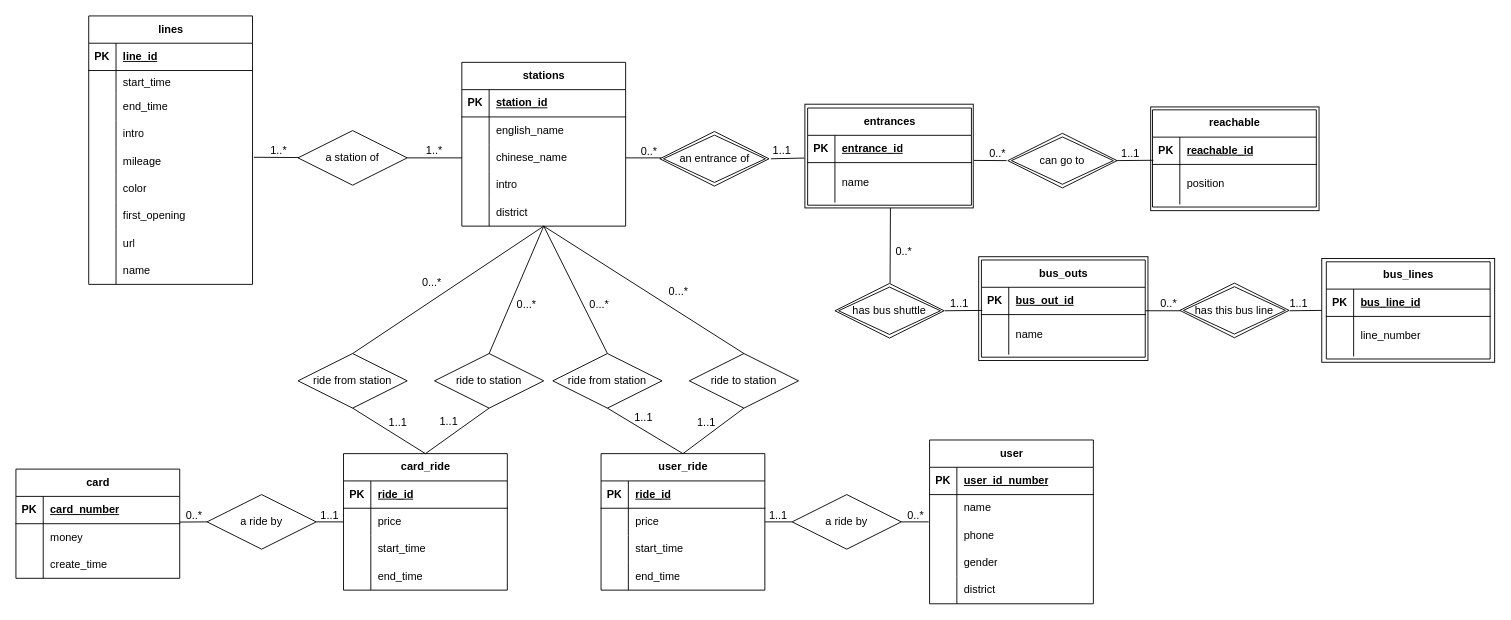
Dilemma-CMZ/CS307-Project1 keeps this draw.io diagram as ER-Proj1.drawio. Above is the earlier version. Source tidied: cells renumbered, new cells numbered last; positions are measured from the earlier drawing's top-left corner, leaving out a move shared by most shapes. Both pictures are drawn from the tidied source at 91%, with x=0, y=0 at pixel (15, 15).
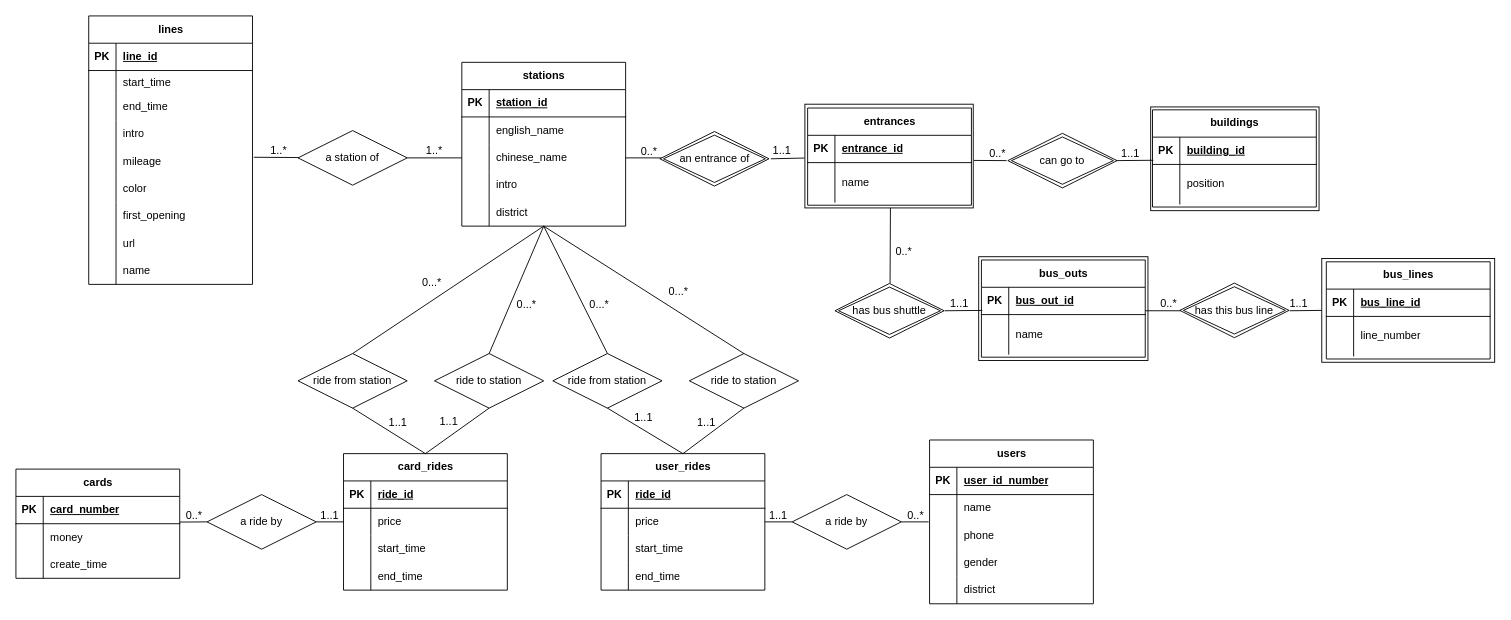
After the change.

Unchanged cells that the change refers to:
```xml
<mxCell id="67" style="shape=tableRow;horizontal=0;startSize=0;swimlaneHead=0;swimlaneBody=0;fillColor=none;top=0;left=0;right=0;bottom=1;" parent="66" vertex="1">
  <mxGeometry y="30" width="180" height="30" as="geometry" />
</mxCell>
```

Change to the diagram source:
```diff
@@
-    <mxCell id="66" value="reachable" style="shape=table;startSize=30;childLayout=tableLayout;rowLines=0;fontStyle=1;align=center;html=1;" parent="1" vertex="1">
+    <mxCell id="66" value="buildings" style="shape=table;startSize=30;childLayout=tableLayout;rowLines=0;fontStyle=1;align=center;html=1;" parent="1" vertex="1">
       <mxGeometry x="1249" y="103.2" width="180" height="106.8" as="geometry" />
     </mxCell>
@@
-    <mxCell id="69" value="reachable_id" style="shape=partialRectangle;fillColor=none;top=0;left=0;bottom=0;right=0;align=left;spacingLeft=6;fontStyle=5;overflow=hidden;whiteSpace=wrap;html=1;" parent="67" vertex="1">
+    <mxCell id="69" value="building_id" style="shape=partialRectangle;fillColor=none;top=0;left=0;bottom=0;right=0;align=left;spacingLeft=6;fontStyle=5;overflow=hidden;whiteSpace=wrap;html=1;" parent="67" vertex="1">
       <mxGeometry x="30" width="150" height="30" as="geometry" />
     </mxCell>
@@
-    <mxCell id="99" value="card_ride" style="shape=table;startSize=30;childLayout=tableLayout;rowLines=0;fontStyle=1;align=center;html=1;" parent="1" vertex="1">
+    <mxCell id="99" value="card_rides" style="shape=table;startSize=30;childLayout=tableLayout;rowLines=0;fontStyle=1;align=center;html=1;" parent="1" vertex="1">
       <mxGeometry x="360" y="481" width="180" height="150" as="geometry" />
     </mxCell>
@@
-    <mxCell id="123" value="user_ride" style="shape=table;startSize=30;childLayout=tableLayout;rowLines=0;fontStyle=1;align=center;html=1;" parent="1" vertex="1">
+    <mxCell id="123" value="user_rides" style="shape=table;startSize=30;childLayout=tableLayout;rowLines=0;fontStyle=1;align=center;html=1;" parent="1" vertex="1">
       <mxGeometry x="643" y="481" width="180" height="150" as="geometry" />
     </mxCell>
@@
-    <mxCell id="149" value="card" style="shape=table;startSize=30;childLayout=tableLayout;rowLines=0;fontStyle=1;align=center;html=1;" parent="1" vertex="1">
+    <mxCell id="149" value="cards" style="shape=table;startSize=30;childLayout=tableLayout;rowLines=0;fontStyle=1;align=center;html=1;" parent="1" vertex="1">
       <mxGeometry y="498" width="180" height="120" as="geometry" />
     </mxCell>
@@
-    <mxCell id="159" value="user" style="shape=table;startSize=30;childLayout=tableLayout;rowLines=0;fontStyle=1;align=center;html=1;" parent="1" vertex="1">
+    <mxCell id="159" value="users" style="shape=table;startSize=30;childLayout=tableLayout;rowLines=0;fontStyle=1;align=center;html=1;" parent="1" vertex="1">
       <mxGeometry x="1004" y="466" width="180" height="180" as="geometry" />
     </mxCell>
```
